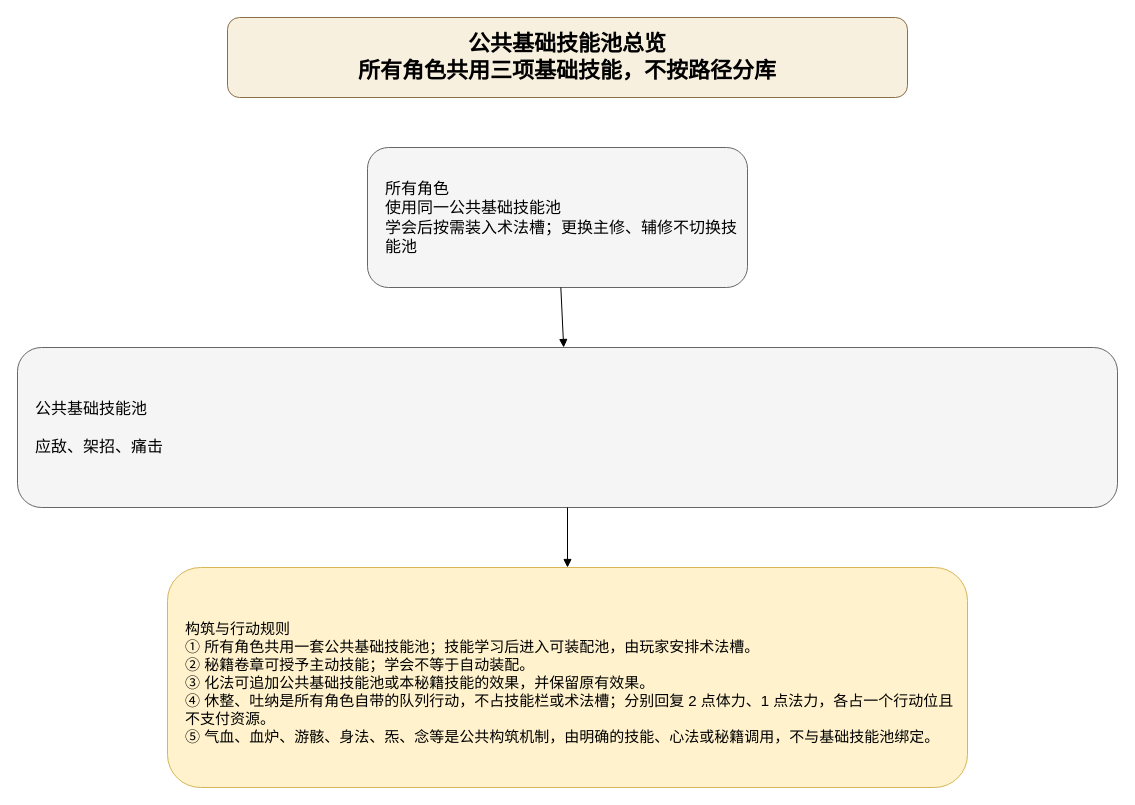
Above: docs/基础牌库词典/drawio/基础牌库总览.drawio in ankundanetracyc-spec/tian-guan-you-du (draw.io), before the change. Source tidied: cells renumbered, new cells numbered last; positions are measured from the earlier drawing's top-left corner, leaving out a move shared by most shapes. Both pictures are drawn from the tidied source at 100%, with x=0, y=0 at pixel (17, 17).
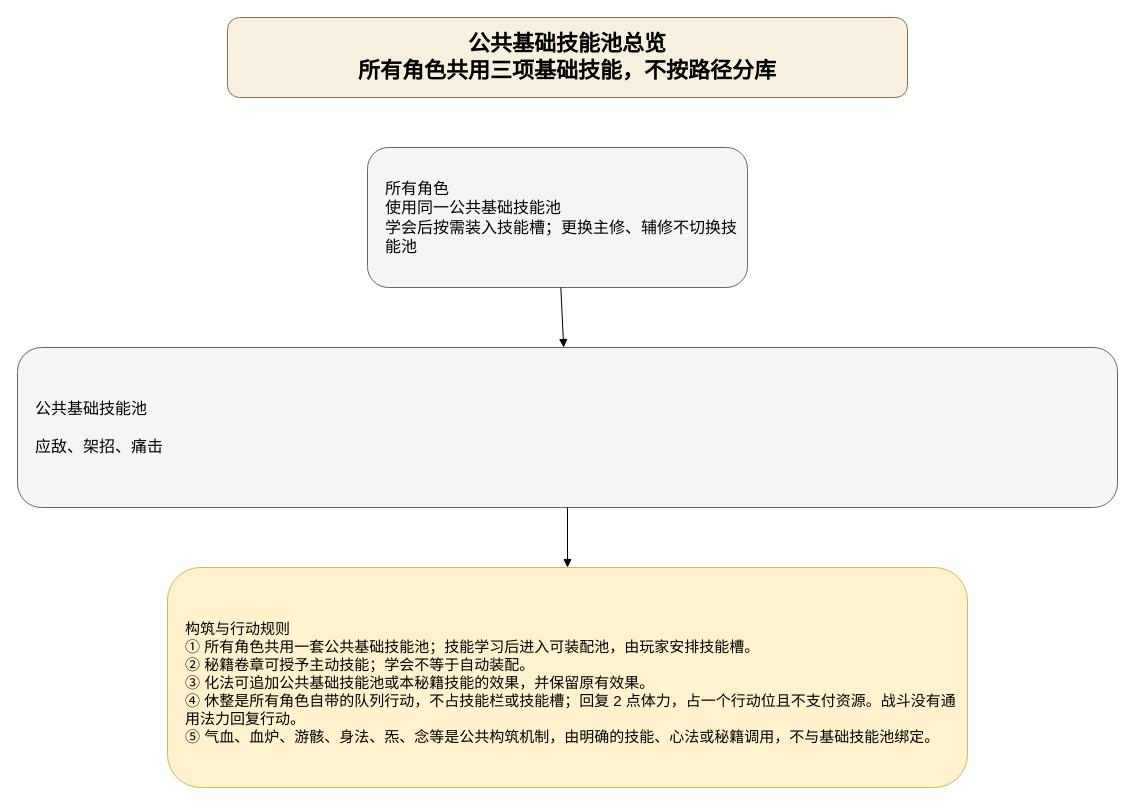
Above is the later version.

What changed in the source:
```diff
@@
 <mxGraphModel>
   <root>
     <mxCell id="0" />
     <mxCell id="1" parent="0" />
     <mxCell id="2" value="公共基础技能池总览&#10;所有角色共用三项基础技能，不按路径分库" style="rounded=1;whiteSpace=wrap;html=1;fillColor=#f8f0df;strokeColor=#8b6f47;fontSize=22;fontStyle=1;" parent="1" vertex="1">
       <mxGeometry x="210" width="680" height="80" as="geometry" />
     </mxCell>
-    <mxCell id="3" value="所有角色&#10;使用同一公共基础技能池&#10;学会后按需装入术法槽；更换主修、辅修不切换技能池" style="rounded=1;whiteSpace=wrap;html=1;fillColor=#f5f5f5;strokeColor=#666666;fontSize=16;align=left;spacingLeft=16;" parent="1" vertex="1">
+    <mxCell id="3" value="所有角色&#10;使用同一公共基础技能池&#10;学会后按需装入技能槽；更换主修、辅修不切换技能池" style="rounded=1;whiteSpace=wrap;html=1;fillColor=#f5f5f5;strokeColor=#666666;fontSize=16;align=left;spacingLeft=16;" parent="1" vertex="1">
       <mxGeometry x="350" y="130" width="380" height="140" as="geometry" />
     </mxCell>
     <mxCell id="4" value="公共基础技能池&#10;&#10;应敌、架招、痛击" style="rounded=1;whiteSpace=wrap;html=1;fillColor=#f5f5f5;strokeColor=#666666;fontSize=16;align=left;spacingLeft=16;" parent="1" vertex="1">
       <mxGeometry y="330" width="1100" height="160" as="geometry" />
     </mxCell>
-    <mxCell id="5" value="构筑与行动规则&#10;① 所有角色共用一套公共基础技能池；技能学习后进入可装配池，由玩家安排术法槽。&#10;② 秘籍卷章可授予主动技能；学会不等于自动装配。&#10;③ 化法可追加公共基础技能池或本秘籍技能的效果，并保留原有效果。&#10;④ 休整、吐纳是所有角色自带的队列行动，不占技能栏或术法槽；分别回复 2 点体力、1 点法力，各占一个行动位且不支付资源。&#10;⑤ 气血、血炉、游骸、身法、炁、念等是公共构筑机制，由明确的技能、心法或秘籍调用，不与基础技能池绑定。" style="rounded=1;whiteSpace=wrap;html=1;fillColor=#fff2cc;strokeColor=#d6b656;fontSize=15;align=left;spacingLeft=16;spacingTop=10;" parent="1" vertex="1">
+    <mxCell id="5" value="构筑与行动规则&#10;① 所有角色共用一套公共基础技能池；技能学习后进入可装配池，由玩家安排技能槽。&#10;② 秘籍卷章可授予主动技能；学会不等于自动装配。&#10;③ 化法可追加公共基础技能池或本秘籍技能的效果，并保留原有效果。&#10;④ 休整是所有角色自带的队列行动，不占技能栏或技能槽；回复 2 点体力，占一个行动位且不支付资源。战斗没有通用法力回复行动。&#10;⑤ 气血、血炉、游骸、身法、炁、念等是公共构筑机制，由明确的技能、心法或秘籍调用，不与基础技能池绑定。" style="rounded=1;whiteSpace=wrap;html=1;fillColor=#fff2cc;strokeColor=#d6b656;fontSize=15;align=left;spacingLeft=16;spacingTop=10;" parent="1" vertex="1">
       <mxGeometry x="150" y="550" width="800" height="220" as="geometry" />
     </mxCell>
     <mxCell id="6" style="endArrow=block;html=1;" parent="1" edge="1" source="3" target="4">
       <mxGeometry relative="1" as="geometry" />
     </mxCell>
     <mxCell id="7" style="endArrow=block;html=1;edgeStyle=orthogonalEdgeStyle;" parent="1" edge="1" source="4" target="5">
       <mxGeometry relative="1" as="geometry" />
     </mxCell>
   </root>
 </mxGraphModel>
```
